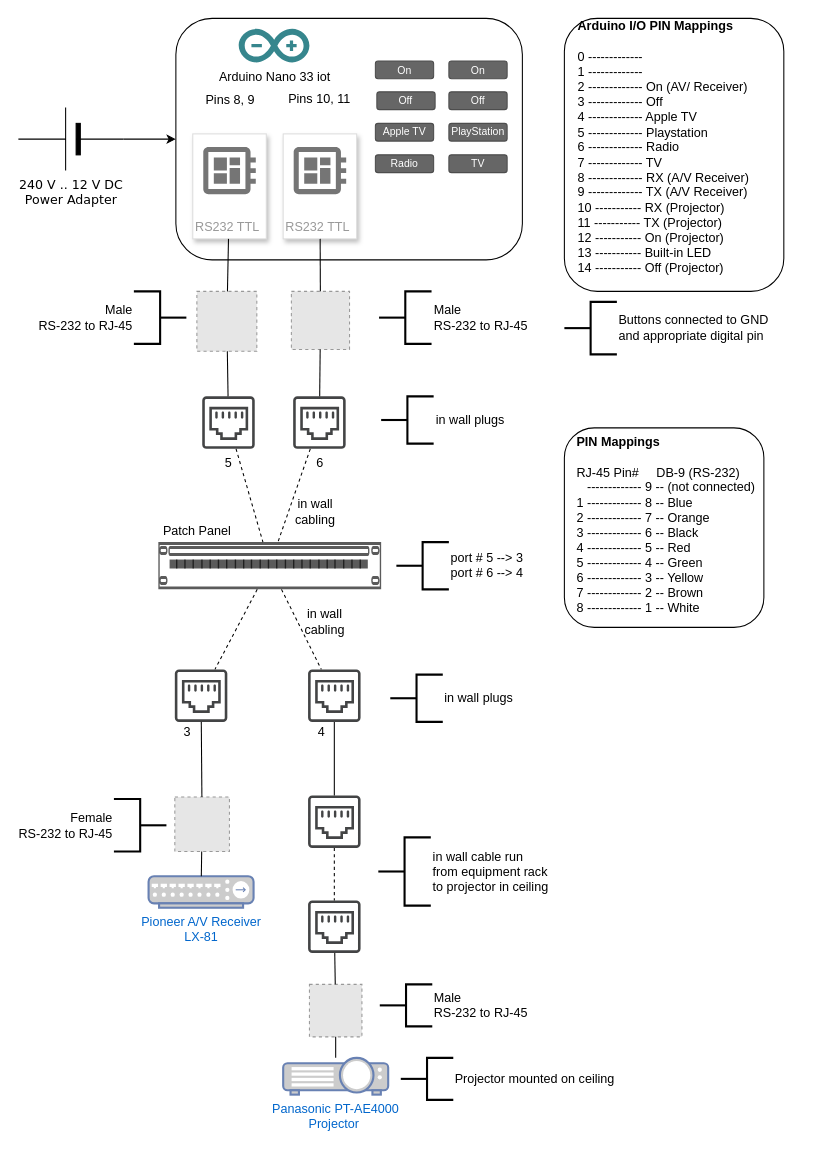
This is Home-Theatre-Remote.drawio from granticini/home-theatre-remote, a draw.io file, before an edit. Source tidied: cells renumbered, new cells numbered last; positions are measured from the earlier drawing's top-left corner, leaving out a move shared by most shapes. Both pictures are drawn from the tidied source at 105%, with x=0, y=0 at pixel (18, 18). Pictures stored in the file or linked from it are replaced by grey dashed boxes.
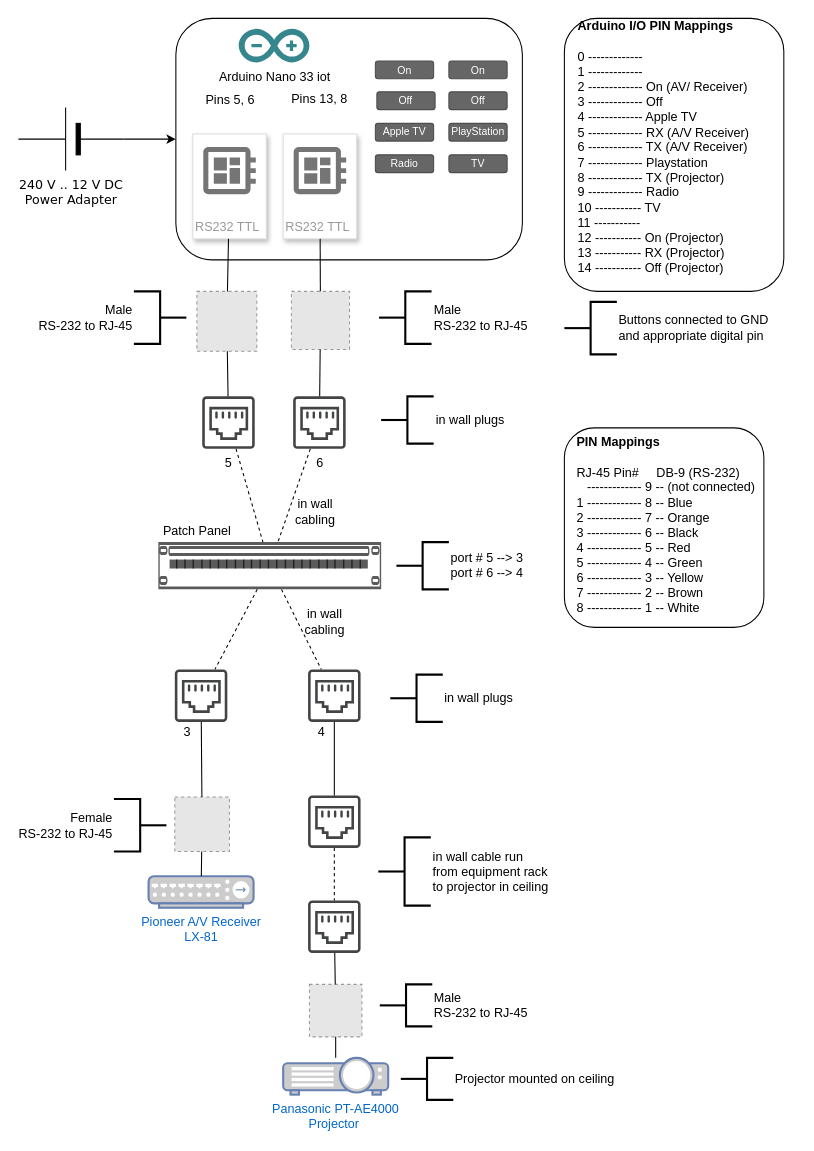
Above is the later version.

Unchanged cells that the change refers to:
```xml
<mxCell id="64" style="group;verticalAlign=top;" parent="1" vertex="1">
  <mxGeometry x="520" width="220" height="260" as="geometry" />
</mxCell>
```

Diff of the diagram source:
```diff
@@
-    <mxCell id="59" value="Pins 8, 9" style="text;html=1;strokeColor=none;fillColor=none;align=center;verticalAlign=middle;whiteSpace=wrap;rounded=0;" parent="1" vertex="1">
+    <mxCell id="59" value="Pins 5, 6" style="text;html=1;strokeColor=none;fillColor=none;align=center;verticalAlign=middle;whiteSpace=wrap;rounded=0;" parent="1" vertex="1">
       <mxGeometry x="177.1" y="65.9" width="50" height="25" as="geometry" />
     </mxCell>
-    <mxCell id="60" value="Pins 10, 11" style="text;html=1;strokeColor=none;fillColor=none;align=center;verticalAlign=middle;whiteSpace=wrap;rounded=0;" parent="1" vertex="1">
+    <mxCell id="60" value="Pins 13, 8" style="text;html=1;strokeColor=none;fillColor=none;align=center;verticalAlign=middle;whiteSpace=wrap;rounded=0;" parent="1" vertex="1">
       <mxGeometry x="251.7" y="66.9" width="70" height="20" as="geometry" />
     </mxCell>
@@
-    <mxCell id="66" value="&lt;div&gt;&lt;b&gt;Arduino I/O PIN Mappings&lt;/b&gt;&lt;/div&gt;&lt;div&gt;&lt;br&gt;&lt;/div&gt;&lt;div&gt;&lt;div&gt;0 -------------&amp;nbsp;&lt;/div&gt;&lt;/div&gt;&lt;div&gt;1 -------------&amp;nbsp;&lt;/div&gt;&lt;div&gt;2 ------------- On (AV/ Receiver)&lt;br&gt;&lt;/div&gt;&lt;div&gt;3 ------------- Off&lt;/div&gt;4 ------------- Apple TV&lt;br&gt;&lt;div&gt;&lt;div&gt;5 ------------- Playstation&lt;/div&gt;&lt;div&gt;6 ------------- Radio&lt;/div&gt;&lt;div&gt;7 ------------- TV&lt;/div&gt;&lt;div&gt;8 ------------- RX (A/V Receiver)&lt;/div&gt;&lt;div&gt;9 ------------- TX (A/V Receiver)&lt;/div&gt;&lt;div&gt;&lt;div&gt;10 ----------- RX (Projector)&lt;/div&gt;&lt;/div&gt;&lt;div&gt;11 ----------- TX (Projector)&amp;nbsp;&lt;/div&gt;&lt;div&gt;12 ----------- On (Projector)&lt;/div&gt;&lt;div&gt;13 ----------- Built-in LED&lt;/div&gt;&lt;div&gt;&lt;/div&gt;&lt;div&gt;&lt;div&gt;14 ----------- Off (Projector)&lt;/div&gt;&lt;div&gt;&lt;/div&gt;&lt;/div&gt;&lt;/div&gt;&lt;div&gt;&lt;br&gt;&lt;/div&gt;" style="text;html=1;strokeColor=none;fillColor=none;align=left;verticalAlign=middle;whiteSpace=wrap;rounded=0;labelBorderColor=none;" parent="64" vertex="1">
+    <mxCell id="66" value="&lt;div&gt;&lt;b&gt;Arduino I/O PIN Mappings&lt;/b&gt;&lt;/div&gt;&lt;div&gt;&lt;br&gt;&lt;/div&gt;&lt;div&gt;&lt;div&gt;0 -------------&amp;nbsp;&lt;/div&gt;&lt;/div&gt;&lt;div&gt;1 -------------&amp;nbsp;&lt;/div&gt;&lt;div&gt;2 ------------- On (AV/ Receiver)&lt;br&gt;&lt;/div&gt;&lt;div&gt;3 ------------- Off&lt;/div&gt;4 ------------- Apple TV&lt;br&gt;&lt;div&gt;&lt;div&gt;5 ------------- RX (A/V Receiver)&lt;/div&gt;&lt;div&gt;6 ------------- TX (A/V Receiver)&lt;/div&gt;&lt;div&gt;7 ------------- Playstation&lt;/div&gt;&lt;div&gt;8 ------------- TX (Projector)&lt;/div&gt;&lt;div&gt;9 ------------- Radio&lt;/div&gt;&lt;div&gt;&lt;div&gt;10 ----------- TV&lt;/div&gt;&lt;/div&gt;&lt;div&gt;11 ----------- &amp;nbsp;&lt;/div&gt;&lt;div&gt;12 ----------- On (Projector)&lt;/div&gt;&lt;div&gt;13 ----------- RX (Projector)&lt;/div&gt;&lt;div&gt;&lt;/div&gt;&lt;div&gt;&lt;div&gt;14 ----------- Off (Projector)&lt;/div&gt;&lt;div&gt;&lt;/div&gt;&lt;/div&gt;&lt;/div&gt;&lt;div&gt;&lt;br&gt;&lt;/div&gt;" style="text;html=1;strokeColor=none;fillColor=none;align=left;verticalAlign=middle;whiteSpace=wrap;rounded=0;labelBorderColor=none;" parent="64" vertex="1">
       <mxGeometry x="11" y="10.4" width="209" height="239.6" as="geometry" />
     </mxCell>
```
